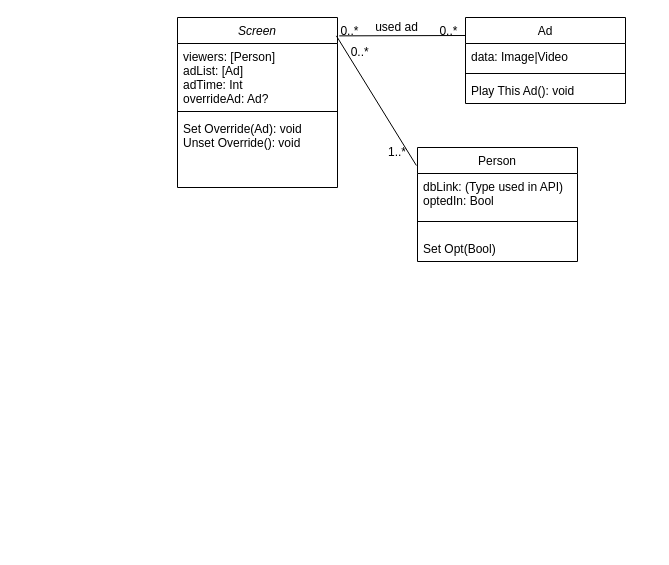
The draw.io diagram class-diagram.drawio in pseud0n/sepp-diagrams, before the edit. Source tidied: cells renumbered, new cells numbered last; positions are measured from the earlier drawing's top-left corner, leaving out a move shared by most shapes. Both pictures are drawn from the tidied source at 100%, with x=0, y=0 at pixel (177, 17).
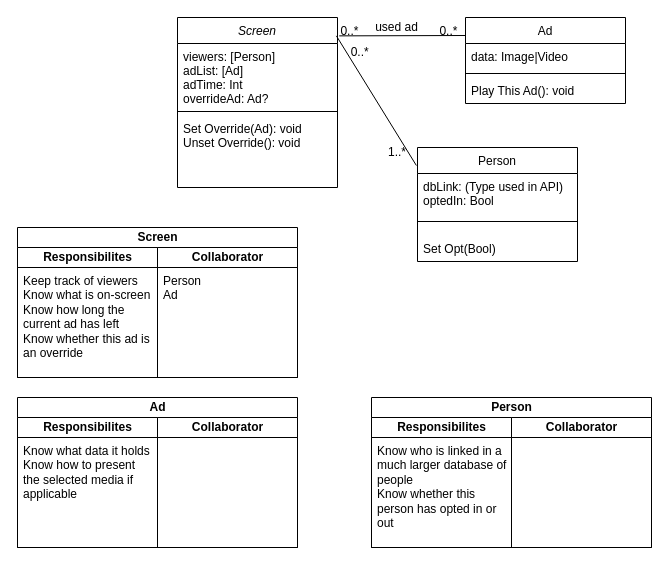
Above is the later version.

Change to the diagram source:
```diff
@@
+    <mxCell id="21" value="Screen" style="swimlane;startSize=20;html=1;" parent="1" vertex="1">
+      <mxGeometry x="-160" y="210" width="280" height="150" as="geometry" />
+    </mxCell>
+    <mxCell id="22" value="Responsibilites" style="swimlane;startSize=20;html=1;" parent="21" vertex="1">
+      <mxGeometry y="20" width="140" height="130" as="geometry" />
+    </mxCell>
+    <mxCell id="23" value="Collaborator" style="swimlane;startSize=20;html=1;swimlaneLine=1;gradientColor=none;fillColor=default;" parent="21" vertex="1">
+      <mxGeometry x="140" y="20" width="140" height="130" as="geometry" />
+    </mxCell>
+    <mxCell id="24" value="&lt;div&gt;Person&lt;/div&gt;&lt;div&gt;Ad&lt;/div&gt;&lt;div&gt;&lt;br&gt;&lt;/div&gt;" style="text;html=1;strokeColor=none;fillColor=none;align=left;verticalAlign=top;whiteSpace=wrap;rounded=0;spacingLeft=4;spacingRight=4;" parent="23" vertex="1">
+      <mxGeometry y="20" width="140" height="140" as="geometry" />
+    </mxCell>
+    <mxCell id="25" value="&lt;div&gt;Keep track of viewers&lt;/div&gt;&lt;div&gt;Know what is on-screen&lt;/div&gt;&lt;div&gt;Know how long the current ad has left&lt;/div&gt;&lt;div&gt;Know whether this ad is an override&lt;br&gt;&lt;/div&gt;" style="text;html=1;strokeColor=none;fillColor=none;align=left;verticalAlign=top;whiteSpace=wrap;rounded=0;spacingLeft=4;spacingRight=4;" parent="1" vertex="1">
+      <mxGeometry x="-160" y="250" width="140" height="140" as="geometry" />
+    </mxCell>
+    <mxCell id="26" value="Ad" style="swimlane;startSize=20;html=1;" parent="1" vertex="1">
+      <mxGeometry x="-160" y="380" width="280" height="150" as="geometry" />
+    </mxCell>
+    <mxCell id="27" value="Responsibilites" style="swimlane;startSize=20;html=1;" parent="26" vertex="1">
+      <mxGeometry y="20" width="140" height="130" as="geometry" />
+    </mxCell>
+    <mxCell id="28" value="Collaborator" style="swimlane;startSize=20;html=1;swimlaneLine=1;gradientColor=none;fillColor=default;" parent="26" vertex="1">
+      <mxGeometry x="140" y="20" width="140" height="130" as="geometry" />
+    </mxCell>
+    <mxCell id="29" value="&lt;div&gt;Know what data it holds&lt;/div&gt;&lt;div&gt;Know how to present the selected media if applicable&lt;br&gt;&lt;/div&gt;" style="text;html=1;strokeColor=none;fillColor=none;align=left;verticalAlign=top;whiteSpace=wrap;rounded=0;spacingLeft=4;spacingRight=4;" parent="1" vertex="1">
+      <mxGeometry x="-160" y="420" width="140" height="110" as="geometry" />
+    </mxCell>
+    <mxCell id="30" value="Person" style="swimlane;startSize=20;html=1;" parent="1" vertex="1">
+      <mxGeometry x="194" y="380" width="280" height="150" as="geometry" />
+    </mxCell>
+    <mxCell id="31" value="Responsibilites" style="swimlane;startSize=20;html=1;" parent="30" vertex="1">
+      <mxGeometry y="20" width="140" height="130" as="geometry" />
+    </mxCell>
+    <mxCell id="32" value="&lt;div&gt;Know who is linked in a much larger database of people&lt;/div&gt;&lt;div&gt;Know whether this person has opted in or out&lt;br&gt;&lt;/div&gt;" style="text;html=1;strokeColor=none;fillColor=none;align=left;verticalAlign=top;whiteSpace=wrap;rounded=0;spacingLeft=4;spacingRight=4;" parent="31" vertex="1">
+      <mxGeometry y="20" width="140" height="110" as="geometry" />
+    </mxCell>
+    <mxCell id="33" value="Collaborator" style="swimlane;startSize=20;html=1;swimlaneLine=1;gradientColor=none;fillColor=default;" parent="30" vertex="1">
+      <mxGeometry x="140" y="20" width="140" height="130" as="geometry" />
+    </mxCell>
```
